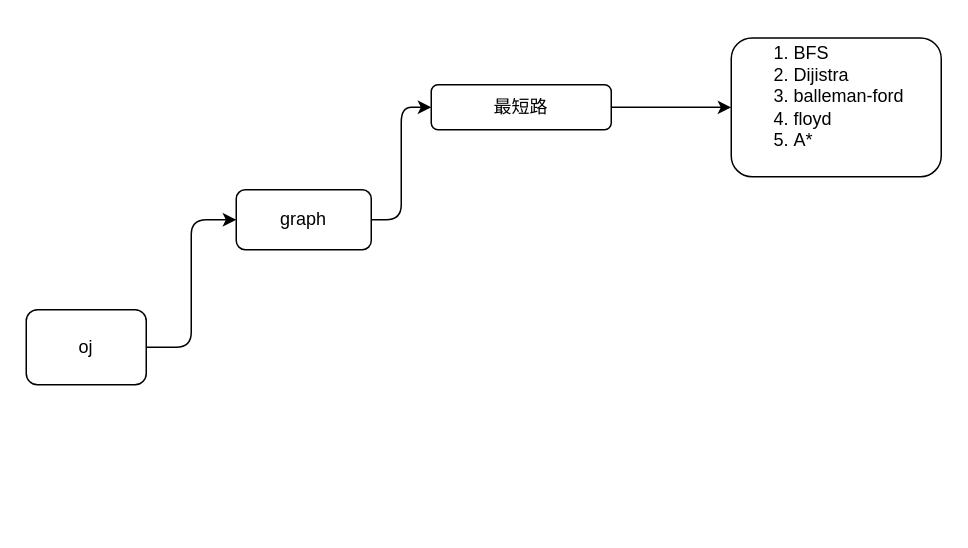
Above: source/diagrams/leetcode.drawio in wxquare/wxquare.github.io (draw.io), before the change. Source tidied: cells renumbered, new cells numbered last; positions are measured from the earlier drawing's top-left corner, leaving out a move shared by most shapes. Both pictures are drawn from the tidied source at 150%, with x=0, y=0 at pixel (26, 38).
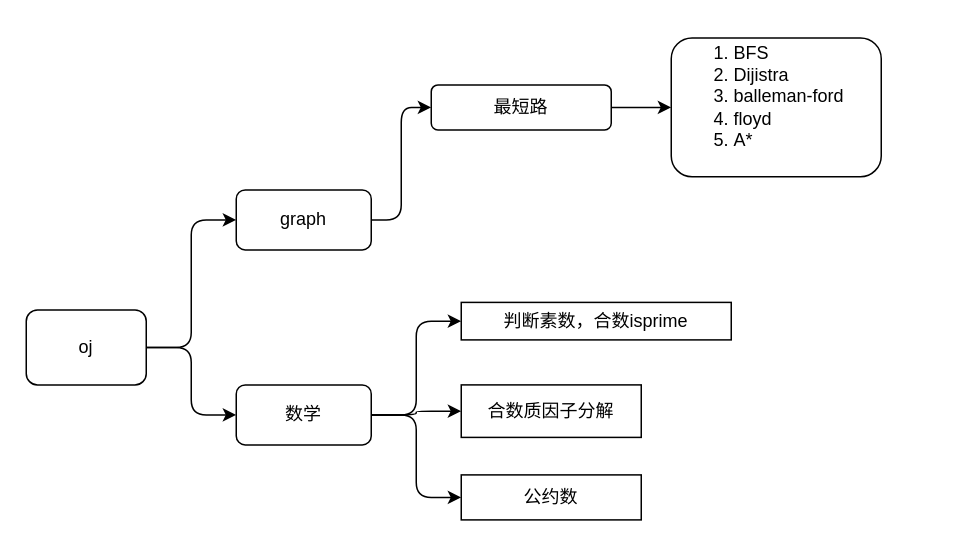
Above is the later version.

What changed in the source:
```diff
@@
 <mxGraphModel>
   <root>
     <mxCell id="0" />
     <mxCell id="1" parent="0" />
     <mxCell id="2" style="edgeStyle=orthogonalEdgeStyle;rounded=1;jettySize=auto;html=1;exitX=1;exitY=0.5;exitDx=0;exitDy=0;entryX=0;entryY=0.5;entryDx=0;entryDy=0;" parent="1" edge="1" source="3" target="5">
       <mxGeometry relative="1" as="geometry" />
     </mxCell>
+    <mxCell id="9" style="edgeStyle=orthogonalEdgeStyle;rounded=1;jettySize=auto;html=1;exitX=1;exitY=0.5;exitDx=0;exitDy=0;entryX=0;entryY=0.5;entryDx=0;entryDy=0;" parent="1" edge="1" source="3" target="13">
+      <mxGeometry relative="1" as="geometry" />
+    </mxCell>
     <mxCell id="3" value="oj" style="rounded=1;whiteSpace=wrap;html=1;" parent="1" vertex="1">
-      <mxGeometry y="181" width="80" height="50" as="geometry" />
+      <mxGeometry y="181.1" width="80" height="50" as="geometry" />
     </mxCell>
     <mxCell id="4" style="edgeStyle=orthogonalEdgeStyle;rounded=1;jettySize=auto;html=1;exitX=1;exitY=0.5;exitDx=0;exitDy=0;entryX=0;entryY=0.5;entryDx=0;entryDy=0;" parent="1" edge="1" source="5" target="7">
       <mxGeometry relative="1" as="geometry" />
     </mxCell>
     <mxCell id="5" value="graph" style="rounded=1;whiteSpace=wrap;html=1;" parent="1" vertex="1">
-      <mxGeometry x="140" y="101" width="90" height="40" as="geometry" />
+      <mxGeometry x="140" y="101.1" width="90" height="40" as="geometry" />
     </mxCell>
     <mxCell id="6" style="edgeStyle=orthogonalEdgeStyle;rounded=1;jettySize=auto;html=1;exitX=1;exitY=0.5;exitDx=0;exitDy=0;" parent="1" edge="1" source="7" target="8">
       <mxGeometry relative="1" as="geometry" />
     </mxCell>
     <mxCell id="7" value="最短路" style="rounded=1;whiteSpace=wrap;html=1;" parent="1" vertex="1">
-      <mxGeometry x="270" y="31" width="120" height="30" as="geometry" />
+      <mxGeometry x="270" y="31.1" width="120" height="30" as="geometry" />
     </mxCell>
     <mxCell id="8" value="&lt;ol&gt;&lt;li&gt;BFS&lt;/li&gt;&lt;li&gt;Dijistra&lt;/li&gt;&lt;li&gt;balleman-ford&lt;/li&gt;&lt;li&gt;floyd&lt;/li&gt;&lt;li&gt;A*&lt;/li&gt;&lt;/ol&gt;&lt;div&gt;&lt;br&gt;&lt;/div&gt;" style="rounded=1;whiteSpace=wrap;html=1;align=left;" parent="1" vertex="1">
-      <mxGeometry x="470" y="-0.2" width="140" height="92.5" as="geometry" />
+      <mxGeometry x="430" y="-0.2" width="140" height="92.5" as="geometry" />
     </mxCell>
+    <mxCell id="10" style="edgeStyle=orthogonalEdgeStyle;rounded=1;jettySize=auto;html=1;exitX=1;exitY=0.5;exitDx=0;exitDy=0;entryX=0;entryY=0.5;entryDx=0;entryDy=0;" parent="1" edge="1" source="13" target="14">
+      <mxGeometry relative="1" as="geometry" />
+    </mxCell>
+    <mxCell id="11" style="edgeStyle=orthogonalEdgeStyle;rounded=1;jettySize=auto;html=1;exitX=1;exitY=0.5;exitDx=0;exitDy=0;" parent="1" edge="1" source="13" target="15">
+      <mxGeometry relative="1" as="geometry" />
+    </mxCell>
+    <mxCell id="12" style="edgeStyle=orthogonalEdgeStyle;rounded=1;jettySize=auto;html=1;exitX=1;exitY=0.5;exitDx=0;exitDy=0;entryX=0;entryY=0.5;entryDx=0;entryDy=0;" parent="1" edge="1" source="13" target="16">
+      <mxGeometry relative="1" as="geometry" />
+    </mxCell>
+    <mxCell id="13" value="数学" style="rounded=1;whiteSpace=wrap;html=1;" parent="1" vertex="1">
+      <mxGeometry x="140" y="231.1" width="90" height="40" as="geometry" />
+    </mxCell>
+    <mxCell id="14" value="判断素数，合数isprime" style="rounded=0;whiteSpace=wrap;html=1;" parent="1" vertex="1">
+      <mxGeometry x="290" y="176.1" width="180" height="25" as="geometry" />
+    </mxCell>
+    <mxCell id="15" value="合数质因子分解" style="rounded=0;whiteSpace=wrap;html=1;" parent="1" vertex="1">
+      <mxGeometry x="290" y="231.1" width="120" height="35" as="geometry" />
+    </mxCell>
+    <mxCell id="16" value="公约数" style="rounded=0;whiteSpace=wrap;html=1;" parent="1" vertex="1">
+      <mxGeometry x="290" y="291.1" width="120" height="30" as="geometry" />
+    </mxCell>
   </root>
 </mxGraphModel>
```
